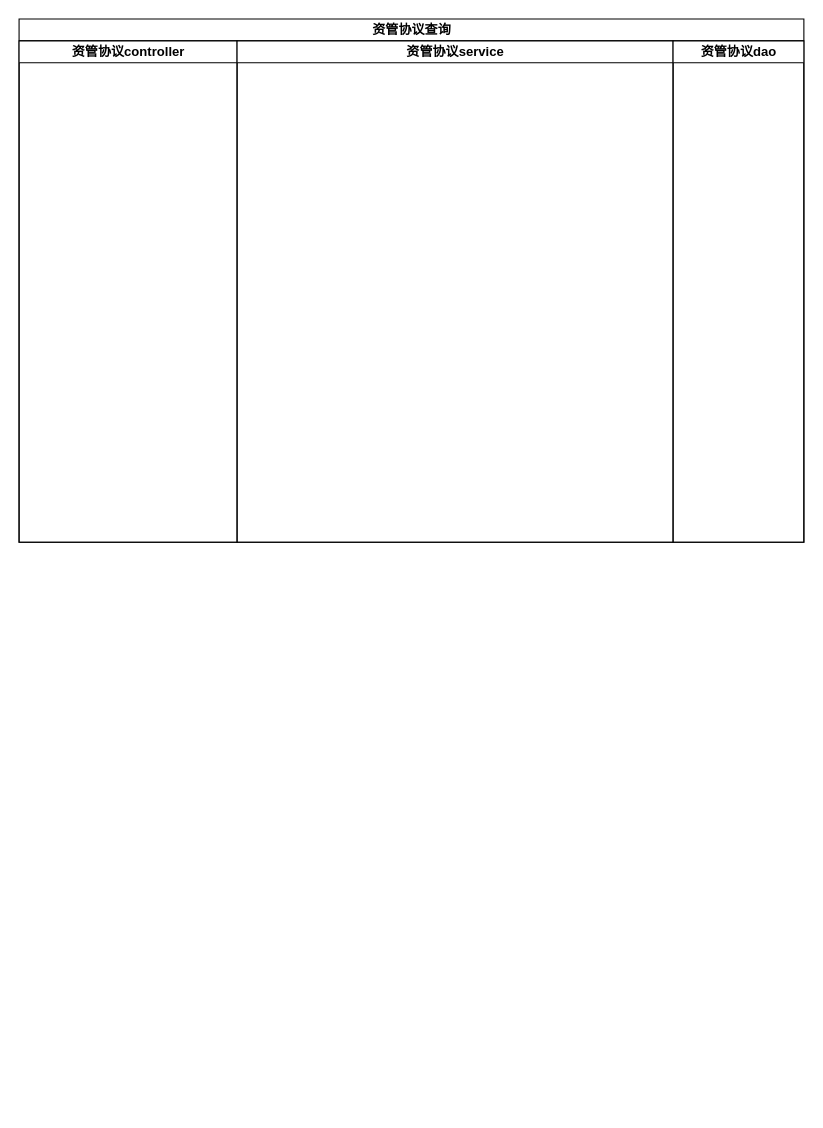
chensenbao/drawio-folder keeps this draw.io diagram as 资管协议泳道图.drawio. Above is the earlier version. Source tidied: cells renumbered, new cells numbered last; positions are measured from the earlier drawing's top-left corner, leaving out a move shared by most shapes. Both pictures are drawn from the tidied source at 109%, with x=0, y=0 at pixel (19, 19).
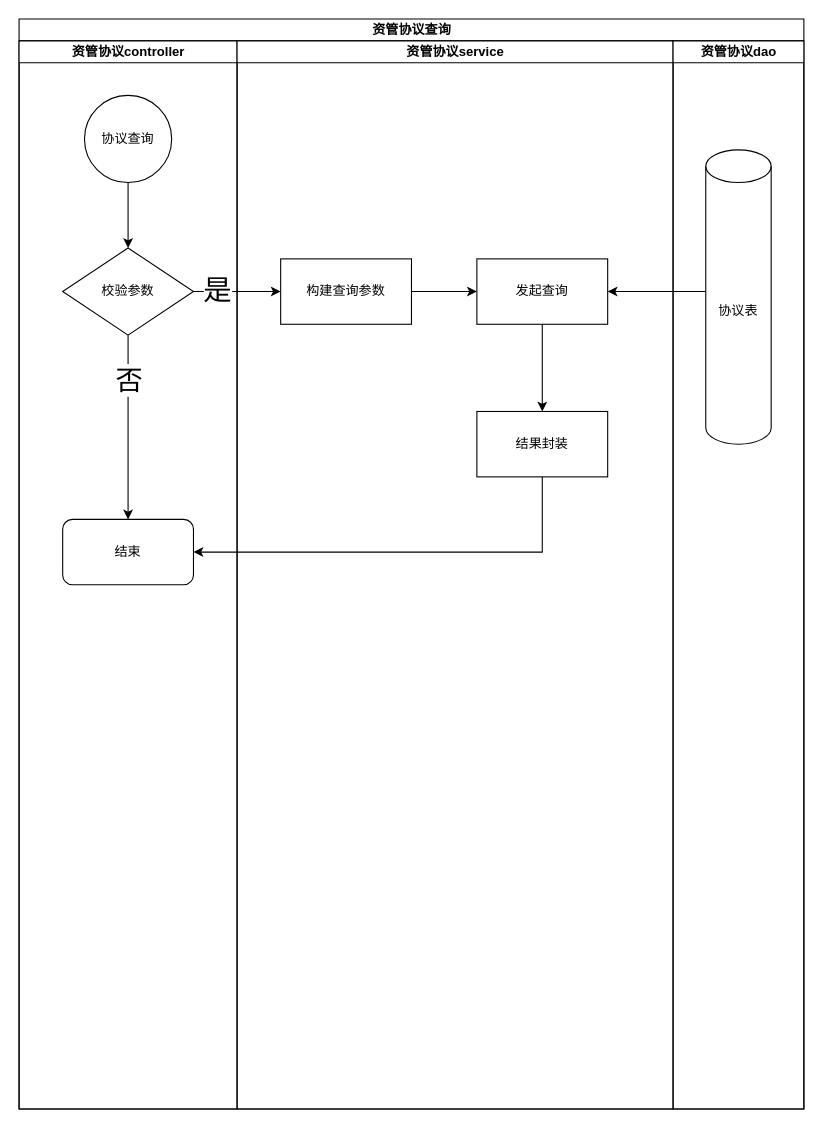
After the change.

Commit message (it also covers changes not shown here):
更新资管协议泳道图.drawio

Change to the diagram source:
```diff
@@
     <mxCell id="2" value="资管协议查询" style="swimlane;startSize=20;html=1;" parent="1" vertex="1">
-      <mxGeometry width="720" height="480" as="geometry" />
+      <mxGeometry width="720" height="1000" as="geometry" />
     </mxCell>
     <mxCell id="3" value="资管协议controller" style="swimlane;startSize=20;html=1;" parent="2" vertex="1">
-      <mxGeometry y="20" width="200" height="460" as="geometry" />
+      <mxGeometry y="20" width="200" height="980" as="geometry" />
     </mxCell>
+    <mxCell id="6" style="edgeStyle=orthogonalEdgeStyle;rounded=0;jettySize=auto;html=1;exitX=0.5;exitY=1;exitDx=0;exitDy=0;entryX=0.5;entryY=0;entryDx=0;entryDy=0;" parent="3" edge="1" source="7" target="10">
+      <mxGeometry relative="1" as="geometry" />
+    </mxCell>
+    <mxCell id="7" value="协议查询" style="ellipse;whiteSpace=wrap;html=1;" parent="3" vertex="1">
+      <mxGeometry x="60" y="50" width="80" height="80" as="geometry" />
+    </mxCell>
+    <mxCell id="8" style="edgeStyle=orthogonalEdgeStyle;rounded=0;jettySize=auto;html=1;exitX=0.5;exitY=1;exitDx=0;exitDy=0;" parent="3" edge="1" source="10" target="11">
+      <mxGeometry relative="1" as="geometry" />
+    </mxCell>
+    <mxCell id="9" value="&lt;font style=&quot;font-size: 25px;&quot;&gt;否&lt;/font&gt;" style="edgeLabel;html=1;align=center;verticalAlign=middle;" parent="8" vertex="1">
+      <mxGeometry x="-0.53" relative="1" as="geometry" />
+    </mxCell>
+    <mxCell id="10" value="校验参数" style="rhombus;whiteSpace=wrap;html=1;" parent="3" vertex="1">
+      <mxGeometry x="40" y="190" width="120" height="80" as="geometry" />
+    </mxCell>
+    <mxCell id="11" value="结束" style="rounded=1;whiteSpace=wrap;html=1;" parent="3" vertex="1">
+      <mxGeometry x="40" y="439" width="120" height="60" as="geometry" />
+    </mxCell>
     <mxCell id="4" value="资管协议service" style="swimlane;startSize=20;html=1;" parent="2" vertex="1">
-      <mxGeometry x="200" y="20" width="400" height="460" as="geometry" />
+      <mxGeometry x="200" y="20" width="400" height="980" as="geometry" />
     </mxCell>
+    <mxCell id="12" style="edgeStyle=orthogonalEdgeStyle;rounded=0;jettySize=auto;html=1;" parent="4" edge="1" source="13" target="15">
+      <mxGeometry relative="1" as="geometry" />
+    </mxCell>
+    <mxCell id="13" value="构建查询参数" style="rounded=0;whiteSpace=wrap;html=1;" parent="4" vertex="1">
+      <mxGeometry x="40" y="200" width="120" height="60" as="geometry" />
+    </mxCell>
+    <mxCell id="14" style="edgeStyle=orthogonalEdgeStyle;rounded=0;jettySize=auto;html=1;" parent="4" edge="1" source="15" target="16">
+      <mxGeometry relative="1" as="geometry" />
+    </mxCell>
+    <mxCell id="15" value="发起查询" style="whiteSpace=wrap;html=1;rounded=0;" parent="4" vertex="1">
+      <mxGeometry x="220" y="200" width="120" height="60" as="geometry" />
+    </mxCell>
+    <mxCell id="16" value="结果封装" style="whiteSpace=wrap;html=1;rounded=0;" parent="4" vertex="1">
+      <mxGeometry x="220" y="340" width="120" height="60" as="geometry" />
+    </mxCell>
     <mxCell id="5" value="资管协议dao" style="swimlane;startSize=20;html=1;" parent="2" vertex="1">
-      <mxGeometry x="600" y="20" width="120" height="460" as="geometry" />
+      <mxGeometry x="600" y="20" width="120" height="980" as="geometry" />
     </mxCell>
+    <mxCell id="17" value="协议表" style="shape=cylinder3;whiteSpace=wrap;html=1;boundedLbl=1;backgroundOutline=1;size=15;" parent="5" vertex="1">
+      <mxGeometry x="30" y="100" width="60" height="270" as="geometry" />
+    </mxCell>
+    <mxCell id="18" style="edgeStyle=orthogonalEdgeStyle;rounded=0;jettySize=auto;html=1;exitX=1;exitY=0.5;exitDx=0;exitDy=0;" parent="2" edge="1" source="10" target="13">
+      <mxGeometry relative="1" as="geometry" />
+    </mxCell>
+    <mxCell id="19" value="&lt;font style=&quot;font-size: 26px;&quot;&gt;是&lt;/font&gt;" style="edgeLabel;html=1;align=center;verticalAlign=middle;" parent="18" vertex="1">
+      <mxGeometry x="-0.47" y="2" relative="1" as="geometry" />
+    </mxCell>
+    <mxCell id="20" style="edgeStyle=orthogonalEdgeStyle;rounded=0;jettySize=auto;html=1;entryX=1;entryY=0.5;entryDx=0;entryDy=0;" parent="2" edge="1" source="17" target="15">
+      <mxGeometry relative="1" as="geometry">
+        <Array as="points">
+          <mxPoint x="610" y="250" />
+          <mxPoint x="610" y="250" />
+        </Array>
+      </mxGeometry>
+    </mxCell>
+    <mxCell id="21" style="edgeStyle=orthogonalEdgeStyle;rounded=0;jettySize=auto;html=1;exitX=0.5;exitY=1;exitDx=0;exitDy=0;entryX=1;entryY=0.5;entryDx=0;entryDy=0;" parent="2" edge="1" source="16" target="11">
+      <mxGeometry relative="1" as="geometry" />
+    </mxCell>
```
